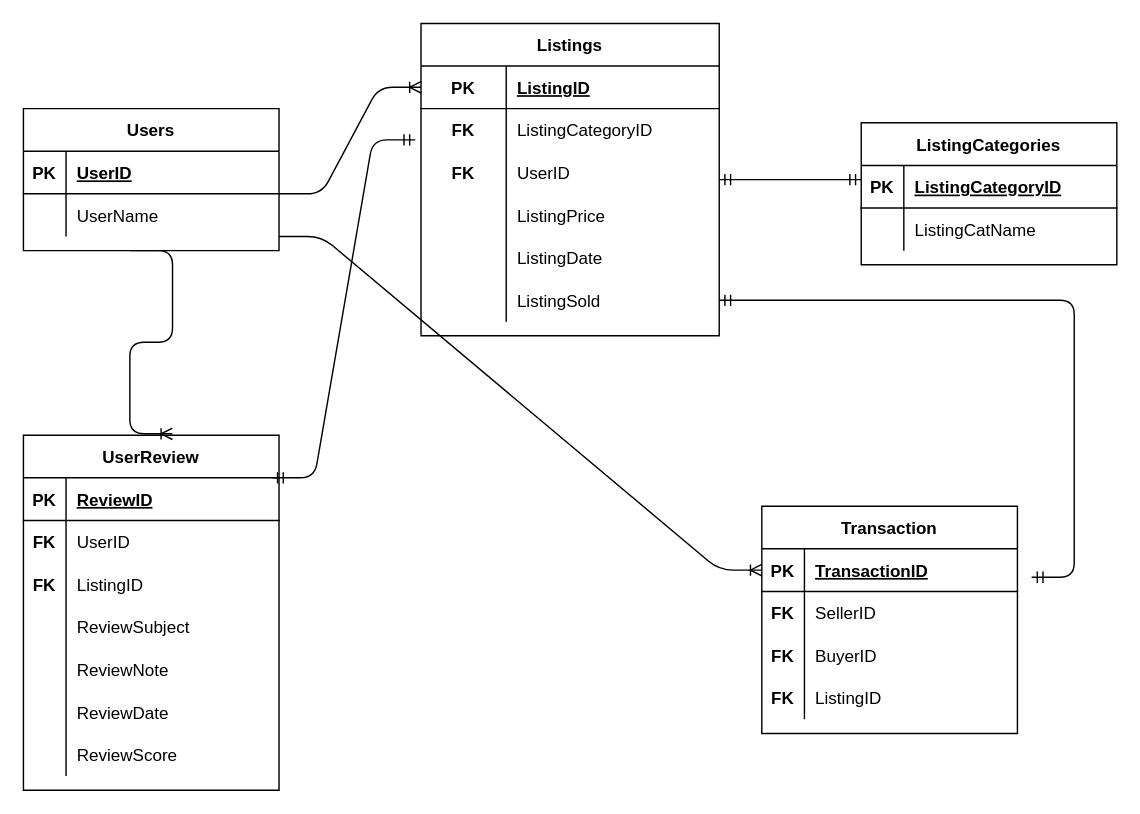
The draw.io diagram Untitled Diagram.drawio in sflaherty50/Spring-Boot-Final, before the edit. Source tidied: cells renumbered, new cells numbered last; positions are measured from the earlier drawing's top-left corner, leaving out a move shared by most shapes. Both pictures are drawn from the tidied source at 142%, with x=0, y=0 at pixel (23, 23).
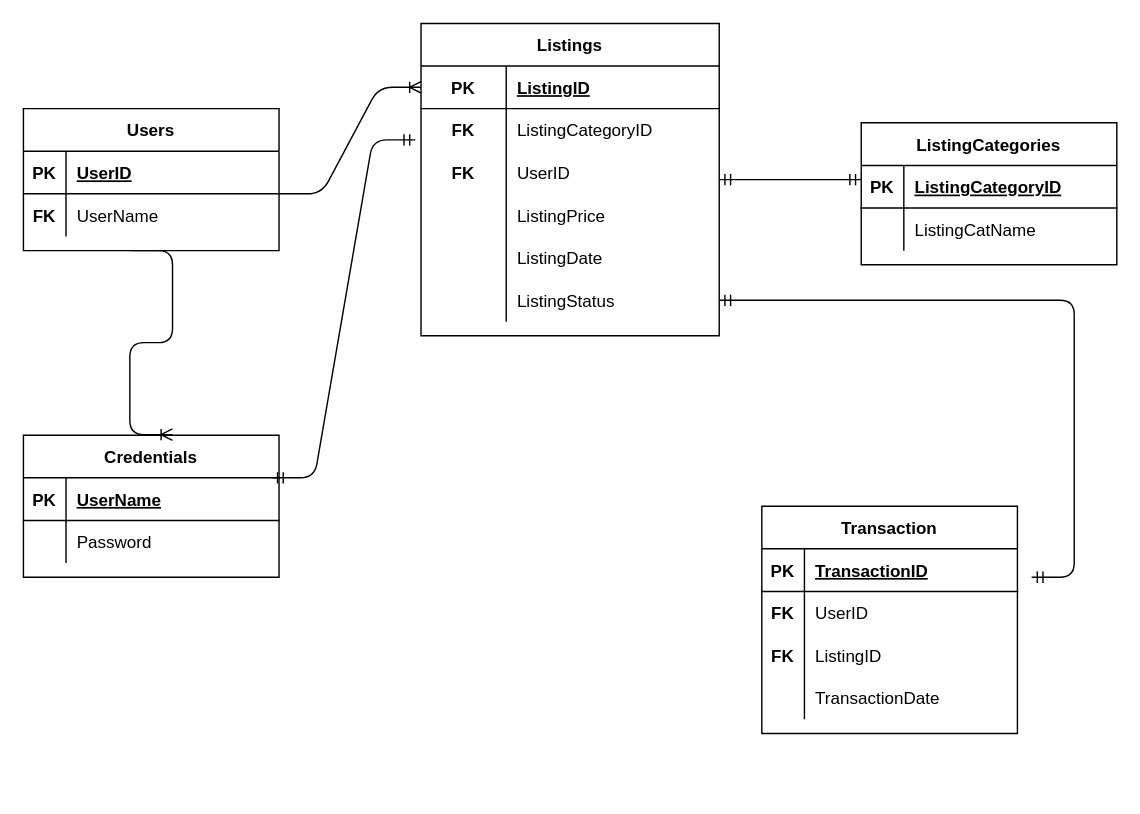
After the change.

Unchanged cells that the change refers to:
```xml
<mxCell id="18" style="shape=partialRectangle;fillColor=none;top=0;left=0;bottom=0;right=0;points=[[0,0.5],[1,0.5]];portConstraint=eastwest;" parent="2" vertex="1">
  <mxGeometry y="180" width="210" height="30" as="geometry" />
</mxCell>
<mxCell id="25" style="shape=partialRectangle;fillColor=none;top=0;left=0;bottom=0;right=0;" parent="21" vertex="1">
  <mxGeometry y="60" width="180" height="30" as="geometry" />
</mxCell>
<mxCell id="36" style="shape=partialRectangle;fillColor=none;top=0;left=0;bottom=1;right=0;points=[[0,0.5],[1,0.5]];portConstraint=eastwest;" parent="35" vertex="1">
  <mxGeometry y="30" width="180" height="30" as="geometry" />
</mxCell>
<mxCell id="39" style="shape=partialRectangle;fillColor=none;top=0;left=0;bottom=0;right=0;" parent="35" vertex="1">
  <mxGeometry y="60" width="180" height="30" as="geometry" />
</mxCell>
<mxCell id="57" value="Transaction" style="shape=table;startSize=30;childLayout=tableLayout;rowLines=0;fontStyle=1;align=center;" parent="1" vertex="1">
  <mxGeometry x="520" y="340" width="180" height="160" as="geometry" />
</mxCell>
<mxCell id="58" style="shape=partialRectangle;fillColor=none;top=0;left=0;bottom=1;right=0;points=[[0,0.5],[1,0.5]];portConstraint=eastwest;" parent="57" vertex="1">
  <mxGeometry y="30" width="180" height="30" as="geometry" />
</mxCell>
<mxCell id="61" style="shape=partialRectangle;fillColor=none;top=0;left=0;bottom=0;right=0;" parent="57" vertex="1">
  <mxGeometry y="60" width="180" height="30" as="geometry" />
</mxCell>
```

Change to the diagram source:
```diff
@@
-    <mxCell id="20" value="ListingSold" style="shape=partialRectangle;fillColor=none;top=0;left=0;bottom=0;right=0;align=left;spacingLeft=6;overflow=hidden;" parent="18" vertex="1">
+    <mxCell id="20" value="ListingStatus" style="shape=partialRectangle;fillColor=none;top=0;left=0;bottom=0;right=0;align=left;spacingLeft=6;overflow=hidden;" parent="18" vertex="1">
       <mxGeometry x="60" width="150" height="30" as="geometry" />
     </mxCell>
@@
-    <mxCell id="26" style="shape=partialRectangle;fillColor=none;top=0;left=0;bottom=0;right=0;overflow=hidden;" parent="25" vertex="1">
+    <mxCell id="26" value="FK" style="shape=partialRectangle;fillColor=none;top=0;left=0;bottom=0;right=0;overflow=hidden;fontStyle=1;" parent="25" vertex="1">
       <mxGeometry width="30" height="30" as="geometry" />
     </mxCell>
@@
-    <mxCell id="35" value="UserReview" style="shape=table;startSize=30;childLayout=tableLayout;rowLines=0;fontStyle=1;align=center;" parent="1" vertex="1">
-      <mxGeometry y="290" width="180" height="250" as="geometry" />
+    <mxCell id="35" value="Credentials" style="shape=table;startSize=30;childLayout=tableLayout;rowLines=0;fontStyle=1;align=center;" parent="1" vertex="1">
+      <mxGeometry y="290" width="180" height="100" as="geometry" />
     </mxCell>
@@
-    <mxCell id="38" value="ReviewID" style="shape=partialRectangle;fillColor=none;top=0;left=0;bottom=0;right=0;align=left;spacingLeft=6;fontStyle=5;overflow=hidden;" parent="36" vertex="1">
+    <mxCell id="38" value="UserName" style="shape=partialRectangle;fillColor=none;top=0;left=0;bottom=0;right=0;align=left;spacingLeft=6;fontStyle=5;overflow=hidden;" parent="36" vertex="1">
       <mxGeometry x="30" width="150" height="30" as="geometry" />
     </mxCell>
@@
-    <mxCell id="40" value="FK" style="shape=partialRectangle;fillColor=none;top=0;left=0;bottom=0;right=0;overflow=hidden;fontStyle=1;" parent="39" vertex="1">
+    <mxCell id="40" style="shape=partialRectangle;fillColor=none;top=0;left=0;bottom=0;right=0;overflow=hidden;fontStyle=1;" parent="39" vertex="1">
       <mxGeometry width="30" height="30" as="geometry" />
     </mxCell>
-    <mxCell id="41" value="UserID" style="shape=partialRectangle;fillColor=none;top=0;left=0;bottom=0;right=0;align=left;spacingLeft=6;overflow=hidden;" parent="39" vertex="1">
+    <mxCell id="41" value="Password" style="shape=partialRectangle;fillColor=none;top=0;left=0;bottom=0;right=0;align=left;spacingLeft=6;overflow=hidden;" parent="39" vertex="1">
       <mxGeometry x="30" width="150" height="30" as="geometry" />
     </mxCell>
-    <mxCell id="42" style="shape=partialRectangle;fillColor=none;top=0;left=0;bottom=0;right=0;" parent="35" vertex="1">
-      <mxGeometry y="90" width="180" height="30" as="geometry" />
-    </mxCell>
-    <mxCell id="43" value="FK" style="shape=partialRectangle;fillColor=none;top=0;left=0;bottom=0;right=0;overflow=hidden;fontStyle=1;" parent="42" vertex="1">
-      <mxGeometry width="30" height="30" as="geometry" />
-    </mxCell>
-    <mxCell id="44" value="ListingID" style="shape=partialRectangle;fillColor=none;top=0;left=0;bottom=0;right=0;align=left;spacingLeft=6;overflow=hidden;" parent="42" vertex="1">
-      <mxGeometry x="30" width="150" height="30" as="geometry" />
-    </mxCell>
-    <mxCell id="45" style="shape=partialRectangle;fillColor=none;top=0;left=0;bottom=0;right=0;" parent="35" vertex="1">
-      <mxGeometry y="120" width="180" height="30" as="geometry" />
-    </mxCell>
-    <mxCell id="46" style="shape=partialRectangle;fillColor=none;top=0;left=0;bottom=0;right=0;fontStyle=0;overflow=hidden;" parent="45" vertex="1">
-      <mxGeometry width="30" height="30" as="geometry" />
-    </mxCell>
-    <mxCell id="47" value="ReviewSubject" style="shape=partialRectangle;fillColor=none;top=0;left=0;bottom=0;right=0;align=left;spacingLeft=6;fontStyle=0;overflow=hidden;" parent="45" vertex="1">
-      <mxGeometry x="30" width="150" height="30" as="geometry" />
-    </mxCell>
-    <mxCell id="48" style="shape=partialRectangle;fillColor=none;top=0;left=0;bottom=0;right=0;" parent="35" vertex="1">
-      <mxGeometry y="150" width="180" height="30" as="geometry" />
-    </mxCell>
-    <mxCell id="49" style="shape=partialRectangle;fillColor=none;top=0;left=0;bottom=0;right=0;fontStyle=0;overflow=hidden;" parent="48" vertex="1">
-      <mxGeometry width="30" height="30" as="geometry" />
-    </mxCell>
-    <mxCell id="50" value="ReviewNote" style="shape=partialRectangle;fillColor=none;top=0;left=0;bottom=0;right=0;align=left;spacingLeft=6;fontStyle=0;overflow=hidden;" parent="48" vertex="1">
-      <mxGeometry x="30" width="150" height="30" as="geometry" />
-    </mxCell>
-    <mxCell id="51" style="shape=partialRectangle;fillColor=none;top=0;left=0;bottom=0;right=0;" parent="35" vertex="1">
-      <mxGeometry y="180" width="180" height="30" as="geometry" />
-    </mxCell>
-    <mxCell id="52" style="shape=partialRectangle;fillColor=none;top=0;left=0;bottom=0;right=0;fontStyle=0;overflow=hidden;" parent="51" vertex="1">
-      <mxGeometry width="30" height="30" as="geometry" />
-    </mxCell>
-    <mxCell id="53" value="ReviewDate" style="shape=partialRectangle;fillColor=none;top=0;left=0;bottom=0;right=0;align=left;spacingLeft=6;fontStyle=0;overflow=hidden;" parent="51" vertex="1">
-      <mxGeometry x="30" width="150" height="30" as="geometry" />
-    </mxCell>
-    <mxCell id="54" style="shape=partialRectangle;fillColor=none;top=0;left=0;bottom=0;right=0;" parent="35" vertex="1">
-      <mxGeometry y="210" width="180" height="30" as="geometry" />
-    </mxCell>
-    <mxCell id="55" style="shape=partialRectangle;fillColor=none;top=0;left=0;bottom=0;right=0;overflow=hidden;" parent="54" vertex="1">
-      <mxGeometry width="30" height="30" as="geometry" />
-    </mxCell>
-    <mxCell id="56" value="ReviewScore" style="shape=partialRectangle;fillColor=none;top=0;left=0;bottom=0;right=0;align=left;spacingLeft=6;overflow=hidden;" parent="54" vertex="1">
-      <mxGeometry x="30" width="150" height="30" as="geometry" />
-    </mxCell>
@@
-    <mxCell id="63" value="SellerID" style="shape=partialRectangle;fillColor=none;top=0;left=0;bottom=0;right=0;align=left;spacingLeft=6;overflow=hidden;" parent="61" vertex="1">
+    <mxCell id="63" value="UserID" style="shape=partialRectangle;fillColor=none;top=0;left=0;bottom=0;right=0;align=left;spacingLeft=6;overflow=hidden;" parent="61" vertex="1">
       <mxGeometry x="30" width="150" height="30" as="geometry" />
     </mxCell>
-    <mxCell id="64" style="shape=partialRectangle;fillColor=none;top=0;left=0;bottom=0;right=0;" parent="57" vertex="1">
-      <mxGeometry y="90" width="180" height="30" as="geometry" />
-    </mxCell>
-    <mxCell id="65" value="FK" style="shape=partialRectangle;fillColor=none;top=0;left=0;bottom=0;right=0;overflow=hidden;fontStyle=1;" parent="64" vertex="1">
-      <mxGeometry width="30" height="30" as="geometry" />
-    </mxCell>
-    <mxCell id="66" value="BuyerID" style="shape=partialRectangle;fillColor=none;top=0;left=0;bottom=0;right=0;align=left;spacingLeft=6;overflow=hidden;" parent="64" vertex="1">
-      <mxGeometry x="30" width="150" height="30" as="geometry" />
-    </mxCell>
     <mxCell id="67" style="shape=partialRectangle;fillColor=none;top=0;left=0;bottom=0;right=0;" parent="57" vertex="1">
-      <mxGeometry y="120" width="180" height="30" as="geometry" />
+      <mxGeometry y="90" width="180" height="30" as="geometry" />
     </mxCell>
@@
+    <mxCell id="45" style="shape=partialRectangle;fillColor=none;top=0;left=0;bottom=0;right=0;" parent="57" vertex="1">
+      <mxGeometry y="120" width="180" height="30" as="geometry" />
+    </mxCell>
+    <mxCell id="55" style="shape=partialRectangle;fillColor=none;top=0;left=0;bottom=0;right=0;overflow=hidden;" parent="45" vertex="1">
+      <mxGeometry width="30" height="30" as="geometry" />
+    </mxCell>
+    <mxCell id="76" value="TransactionDate" style="shape=partialRectangle;fillColor=none;top=0;left=0;bottom=0;right=0;align=left;spacingLeft=6;overflow=hidden;" parent="45" vertex="1">
+      <mxGeometry x="30" width="150" height="30" as="geometry" />
+    </mxCell>
@@
-    <mxCell id="72" style="edgeStyle=entityRelationEdgeStyle;fontSize=12;html=1;endArrow=ERoneToMany;entryX=0;entryY=0.5;entryDx=0;entryDy=0;" parent="1" edge="1" target="58">
-      <mxGeometry relative="1" as="geometry">
-        <mxPoint x="180" y="150" as="sourcePoint" />
-      </mxGeometry>
-    </mxCell>
```
